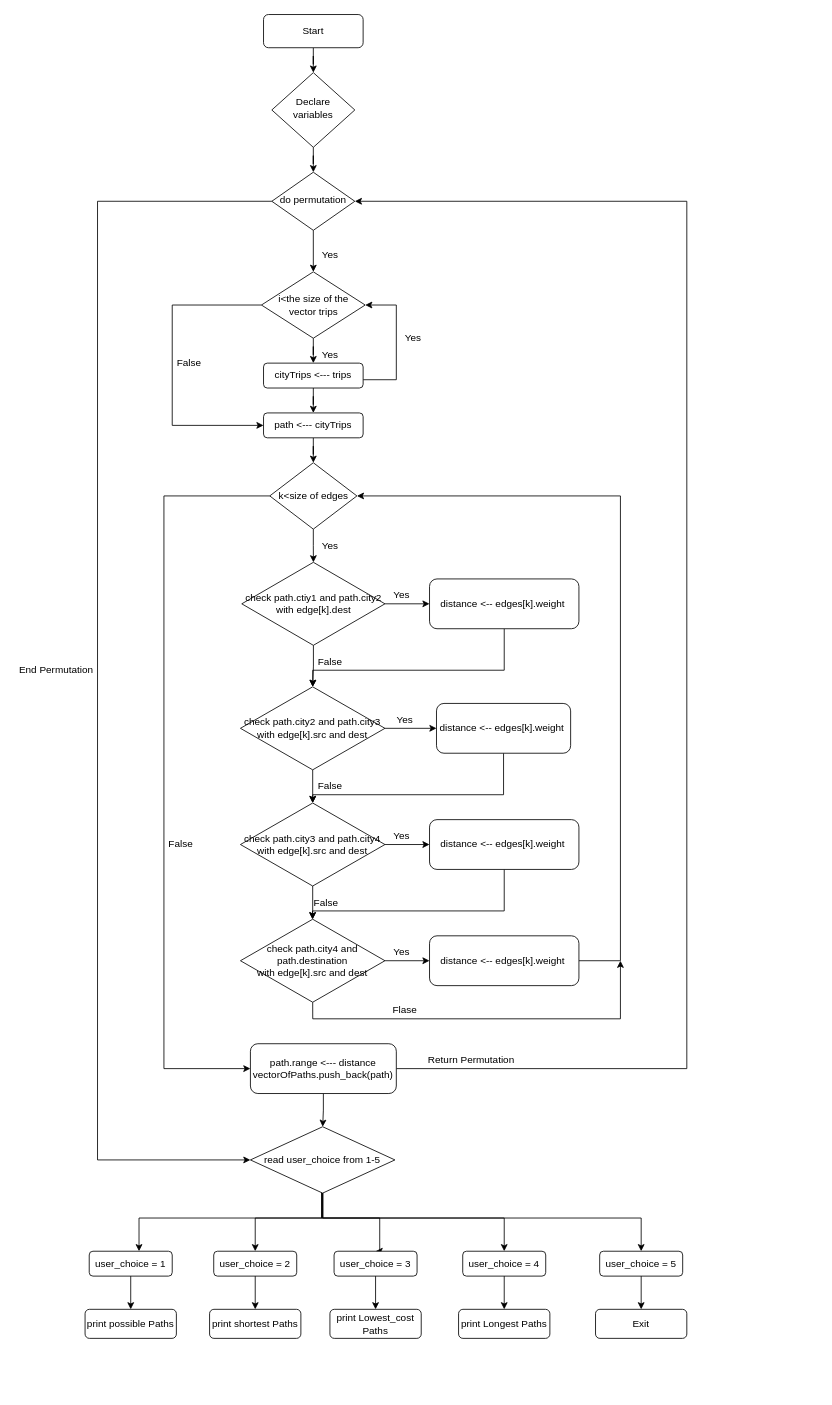
This is Untitled Diagram.drawio from YYCJW/CIS7-Course-Project, a draw.io file, before an edit. Source tidied: cells renumbered, new cells numbered last; positions are measured from the earlier drawing's top-left corner, leaving out a move shared by most shapes. Both pictures are drawn from the tidied source at 83%, with x=0, y=0 at pixel (14, 14).
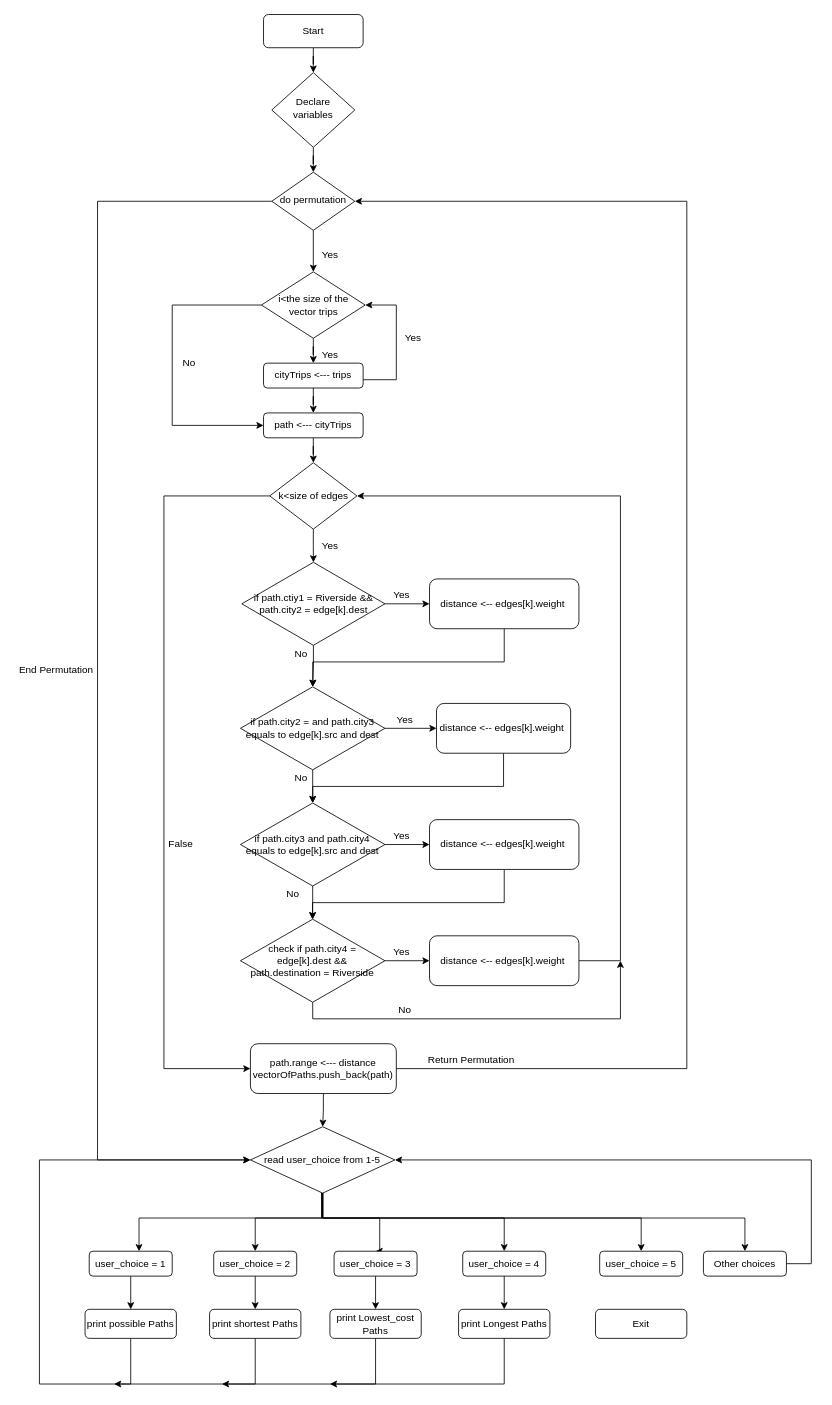
The same page after the edit.

Unchanged cells that the change refers to:
```xml
<mxCell id="27" value="distance &amp;lt;--&amp;nbsp;edges[k].weight&amp;nbsp;" style="rounded=1;whiteSpace=wrap;html=1;" parent="1" vertex="1">
  <mxGeometry x="500" y="680" width="180" height="60" as="geometry" />
</mxCell>
<mxCell id="33" value="&lt;span style=&quot;&quot;&gt;distance &amp;lt;--&amp;nbsp;edges[k].weight&amp;nbsp;&lt;/span&gt;" style="rounded=1;whiteSpace=wrap;html=1;" parent="1" vertex="1">
  <mxGeometry x="508.4" y="830" width="161.6" height="60" as="geometry" />
</mxCell>
<mxCell id="40" value="&lt;span style=&quot;&quot;&gt;distance &amp;lt;--&amp;nbsp;edges[k].weight&amp;nbsp;&lt;/span&gt;" style="rounded=1;whiteSpace=wrap;html=1;" parent="1" vertex="1">
  <mxGeometry x="500" y="970" width="180" height="60" as="geometry" />
</mxCell>
<mxCell id="53" value="read user_choice from 1-5" style="rhombus;whiteSpace=wrap;html=1;" parent="1" vertex="1">
  <mxGeometry x="284.2" y="1340" width="174.1" height="80" as="geometry" />
</mxCell>
<mxCell id="66" value="print possible Paths" style="rounded=1;whiteSpace=wrap;html=1;" parent="1" vertex="1">
  <mxGeometry x="85" y="1560" width="110" height="35" as="geometry" />
</mxCell>
<mxCell id="69" value="print shortest Paths" style="rounded=1;whiteSpace=wrap;html=1;" parent="1" vertex="1">
  <mxGeometry x="235" y="1560" width="110" height="35" as="geometry" />
</mxCell>
<mxCell id="72" value="print Lowest_cost Paths" style="rounded=1;whiteSpace=wrap;html=1;" parent="1" vertex="1">
  <mxGeometry x="380" y="1560" width="110" height="35" as="geometry" />
</mxCell>
<mxCell id="75" value="print Longest Paths" style="rounded=1;whiteSpace=wrap;html=1;" parent="1" vertex="1">
  <mxGeometry x="535" y="1560" width="110" height="35" as="geometry" />
</mxCell>
<mxCell id="77" value="user_choice = 5" style="rounded=1;whiteSpace=wrap;html=1;" parent="1" vertex="1">
  <mxGeometry x="705" y="1490" width="100" height="30" as="geometry" />
</mxCell>
<mxCell id="78" value="Exit" style="rounded=1;whiteSpace=wrap;html=1;" parent="1" vertex="1">
  <mxGeometry x="700" y="1560" width="110" height="35" as="geometry" />
</mxCell>
```

Change to the diagram source:
```diff
@@
-    <mxCell id="21" value="False" style="text;html=1;align=center;verticalAlign=middle;strokeColor=none;fillColor=none;" parent="1" vertex="1">
-      <mxGeometry x="190" y="410" width="40" height="20" as="geometry" />
+    <mxCell id="21" value="No" style="text;html=1;align=center;verticalAlign=middle;strokeColor=none;fillColor=none;" parent="1" vertex="1">
+      <mxGeometry x="195" y="410" width="30" height="20" as="geometry" />
     </mxCell>
@@
-    <mxCell id="25" value="check path.ctiy1 and path.city2&lt;br&gt;with edge[k].dest" style="rhombus;whiteSpace=wrap;html=1;" parent="1" vertex="1">
+    <mxCell id="25" value="if path.ctiy1 = Riverside &amp;amp;&amp;amp; path.city2 = edge[k].dest" style="rhombus;whiteSpace=wrap;html=1;" parent="1" vertex="1">
       <mxGeometry x="273.8" y="660" width="172.5" height="100" as="geometry" />
     </mxCell>
     <mxCell id="26" style="edgeStyle=orthogonalEdgeStyle;rounded=0;jettySize=auto;html=1;entryX=0.5;entryY=0;entryDx=0;entryDy=0;" parent="1" edge="1" source="27" target="31">
       <mxGeometry relative="1" as="geometry">
         <Array as="points">
-          <mxPoint x="590" y="790" />
-          <mxPoint x="359" y="790" />
+          <mxPoint x="590" y="780" />
+          <mxPoint x="359" y="780" />
         </Array>
       </mxGeometry>
     </mxCell>
@@
-    <mxCell id="31" value="check path.city2 and path.city3&lt;br&gt;with edge[k].src and dest" style="rhombus;whiteSpace=wrap;html=1;" parent="1" vertex="1">
+    <mxCell id="31" value="if path.city2 = and path.city3&lt;br&gt;equals to edge[k].src and dest" style="rhombus;whiteSpace=wrap;html=1;" parent="1" vertex="1">
       <mxGeometry x="272.2" y="810" width="174.1" height="100" as="geometry" />
     </mxCell>
     <mxCell id="32" style="edgeStyle=orthogonalEdgeStyle;rounded=0;jettySize=auto;html=1;entryX=0.5;entryY=0;entryDx=0;entryDy=0;" parent="1" edge="1" source="33" target="38">
       <mxGeometry relative="1" as="geometry">
         <Array as="points">
-          <mxPoint x="589" y="940" />
-          <mxPoint x="359" y="940" />
+          <mxPoint x="589" y="930" />
+          <mxPoint x="359" y="930" />
         </Array>
       </mxGeometry>
     </mxCell>
@@
-    <mxCell id="38" value="check path.city3 and path.city4&lt;br&gt;with edge[k].src and dest" style="rhombus;whiteSpace=wrap;html=1;" parent="1" vertex="1">
+    <mxCell id="38" value="if path.city3 and path.city4&lt;br&gt;equals to edge[k].src and dest" style="rhombus;whiteSpace=wrap;html=1;" parent="1" vertex="1">
       <mxGeometry x="272.2" y="950" width="174.1" height="100" as="geometry" />
     </mxCell>
     <mxCell id="39" style="edgeStyle=orthogonalEdgeStyle;rounded=0;jettySize=auto;html=1;" parent="1" edge="1" source="40" target="44">
       <mxGeometry relative="1" as="geometry">
         <Array as="points">
-          <mxPoint x="590" y="1080" />
-          <mxPoint x="359" y="1080" />
+          <mxPoint x="590" y="1070" />
+          <mxPoint x="359" y="1070" />
         </Array>
       </mxGeometry>
     </mxCell>
@@
-    <mxCell id="44" value="check path.city4 and path.destination&lt;br&gt;with edge[k].src and dest" style="rhombus;whiteSpace=wrap;html=1;" parent="1" vertex="1">
+    <mxCell id="44" value="check if path.city4 = edge[k].dest &amp;amp;&amp;amp; path.destination = Riverside" style="rhombus;whiteSpace=wrap;html=1;" parent="1" vertex="1">
       <mxGeometry x="272.2" y="1090" width="174.1" height="100" as="geometry" />
     </mxCell>
@@
+    <mxCell id="80" style="edgeStyle=orthogonalEdgeStyle;rounded=0;jettySize=auto;html=1;entryX=0.5;entryY=0;entryDx=0;entryDy=0;" parent="1" edge="1" source="53" target="86">
+      <mxGeometry relative="1" as="geometry">
+        <Array as="points">
+          <mxPoint x="371" y="1450" />
+          <mxPoint x="880" y="1450" />
+        </Array>
+      </mxGeometry>
+    </mxCell>
@@
-    <mxCell id="59" value="False" style="text;html=1;align=center;verticalAlign=middle;strokeColor=none;fillColor=none;" parent="1" vertex="1">
-      <mxGeometry x="360" y="770" width="40" height="20" as="geometry" />
+    <mxCell id="59" value="No" style="text;html=1;align=center;verticalAlign=middle;strokeColor=none;fillColor=none;" parent="1" vertex="1">
+      <mxGeometry x="330" y="760" width="30" height="20" as="geometry" />
     </mxCell>
-    <mxCell id="60" value="False" style="text;html=1;align=center;verticalAlign=middle;strokeColor=none;fillColor=none;" parent="1" vertex="1">
-      <mxGeometry x="360" y="920" width="40" height="20" as="geometry" />
+    <mxCell id="60" value="No" style="text;html=1;align=center;verticalAlign=middle;strokeColor=none;fillColor=none;" parent="1" vertex="1">
+      <mxGeometry x="330" y="910" width="30" height="20" as="geometry" />
     </mxCell>
-    <mxCell id="61" value="False" style="text;html=1;align=center;verticalAlign=middle;strokeColor=none;fillColor=none;" parent="1" vertex="1">
-      <mxGeometry x="355" y="1060" width="40" height="20" as="geometry" />
+    <mxCell id="61" value="No" style="text;html=1;align=center;verticalAlign=middle;strokeColor=none;fillColor=none;" parent="1" vertex="1">
+      <mxGeometry x="320" y="1050" width="30" height="20" as="geometry" />
     </mxCell>
-    <mxCell id="62" value="Flase" style="text;html=1;align=center;verticalAlign=middle;strokeColor=none;fillColor=none;" parent="1" vertex="1">
-      <mxGeometry x="450" y="1190" width="40" height="20" as="geometry" />
+    <mxCell id="62" value="No" style="text;html=1;align=center;verticalAlign=middle;strokeColor=none;fillColor=none;" parent="1" vertex="1">
+      <mxGeometry x="455" y="1190" width="30" height="20" as="geometry" />
     </mxCell>
@@
+    <mxCell id="81" style="edgeStyle=orthogonalEdgeStyle;rounded=0;jettySize=auto;html=1;exitX=0.5;exitY=1;exitDx=0;exitDy=0;entryX=0;entryY=0.5;entryDx=0;entryDy=0;" parent="1" edge="1" source="66" target="53">
+      <mxGeometry relative="1" as="geometry">
+        <Array as="points">
+          <mxPoint x="140" y="1650" />
+          <mxPoint x="30" y="1650" />
+          <mxPoint x="30" y="1380" />
+        </Array>
+      </mxGeometry>
+    </mxCell>
@@
+    <mxCell id="82" style="edgeStyle=orthogonalEdgeStyle;rounded=0;jettySize=auto;html=1;" parent="1" edge="1" source="69">
+      <mxGeometry relative="1" as="geometry">
+        <mxPoint x="120" y="1650" as="targetPoint" />
+        <Array as="points">
+          <mxPoint x="290" y="1650" />
+        </Array>
+      </mxGeometry>
+    </mxCell>
@@
+    <mxCell id="83" style="edgeStyle=orthogonalEdgeStyle;rounded=0;jettySize=auto;html=1;" parent="1" edge="1" source="72">
+      <mxGeometry relative="1" as="geometry">
+        <mxPoint x="250" y="1650" as="targetPoint" />
+        <Array as="points">
+          <mxPoint x="435" y="1650" />
+        </Array>
+      </mxGeometry>
+    </mxCell>
@@
+    <mxCell id="84" style="edgeStyle=orthogonalEdgeStyle;rounded=0;jettySize=auto;html=1;" parent="1" edge="1" source="75">
+      <mxGeometry relative="1" as="geometry">
+        <mxPoint x="380" y="1650" as="targetPoint" />
+        <Array as="points">
+          <mxPoint x="590" y="1650" />
+        </Array>
+      </mxGeometry>
+    </mxCell>
@@
-    <mxCell id="76" style="edgeStyle=orthogonalEdgeStyle;rounded=0;jettySize=auto;html=1;" parent="1" edge="1" source="77" target="78">
-      <mxGeometry relative="1" as="geometry" />
-    </mxCell>
@@
+    <mxCell id="85" style="edgeStyle=orthogonalEdgeStyle;rounded=0;jettySize=auto;html=1;entryX=1;entryY=0.5;entryDx=0;entryDy=0;" parent="1" edge="1" source="86" target="53">
+      <mxGeometry relative="1" as="geometry">
+        <Array as="points">
+          <mxPoint x="960" y="1505" />
+          <mxPoint x="960" y="1380" />
+        </Array>
+      </mxGeometry>
+    </mxCell>
+    <mxCell id="86" value="Other choices" style="rounded=1;whiteSpace=wrap;html=1;" parent="1" vertex="1">
+      <mxGeometry x="830" y="1490" width="100" height="30" as="geometry" />
+    </mxCell>
```
